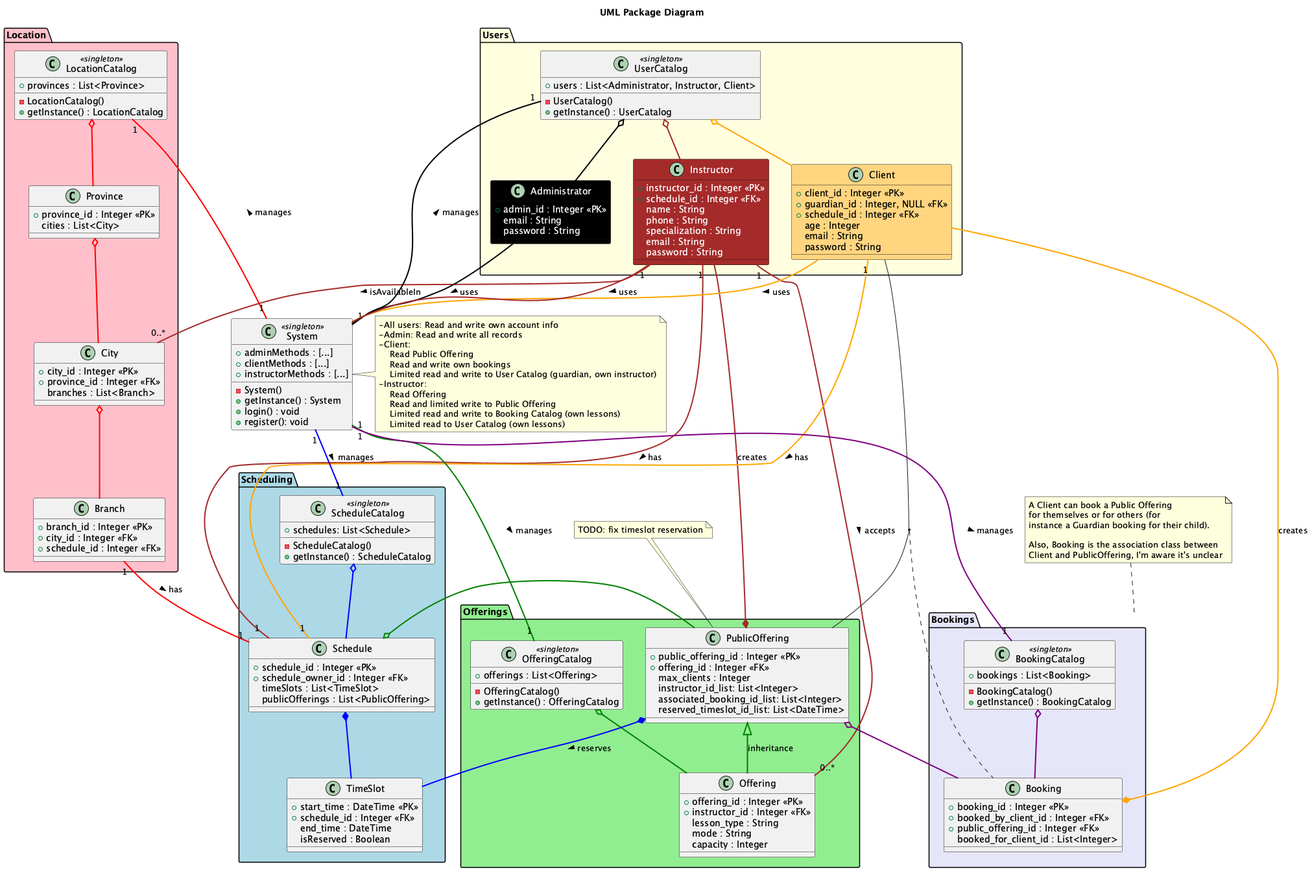
vibqetowi/soen-342-project keeps this PlantUML diagram as UML-Diagrams/Package-Diagram.png. Above is the earlier version.
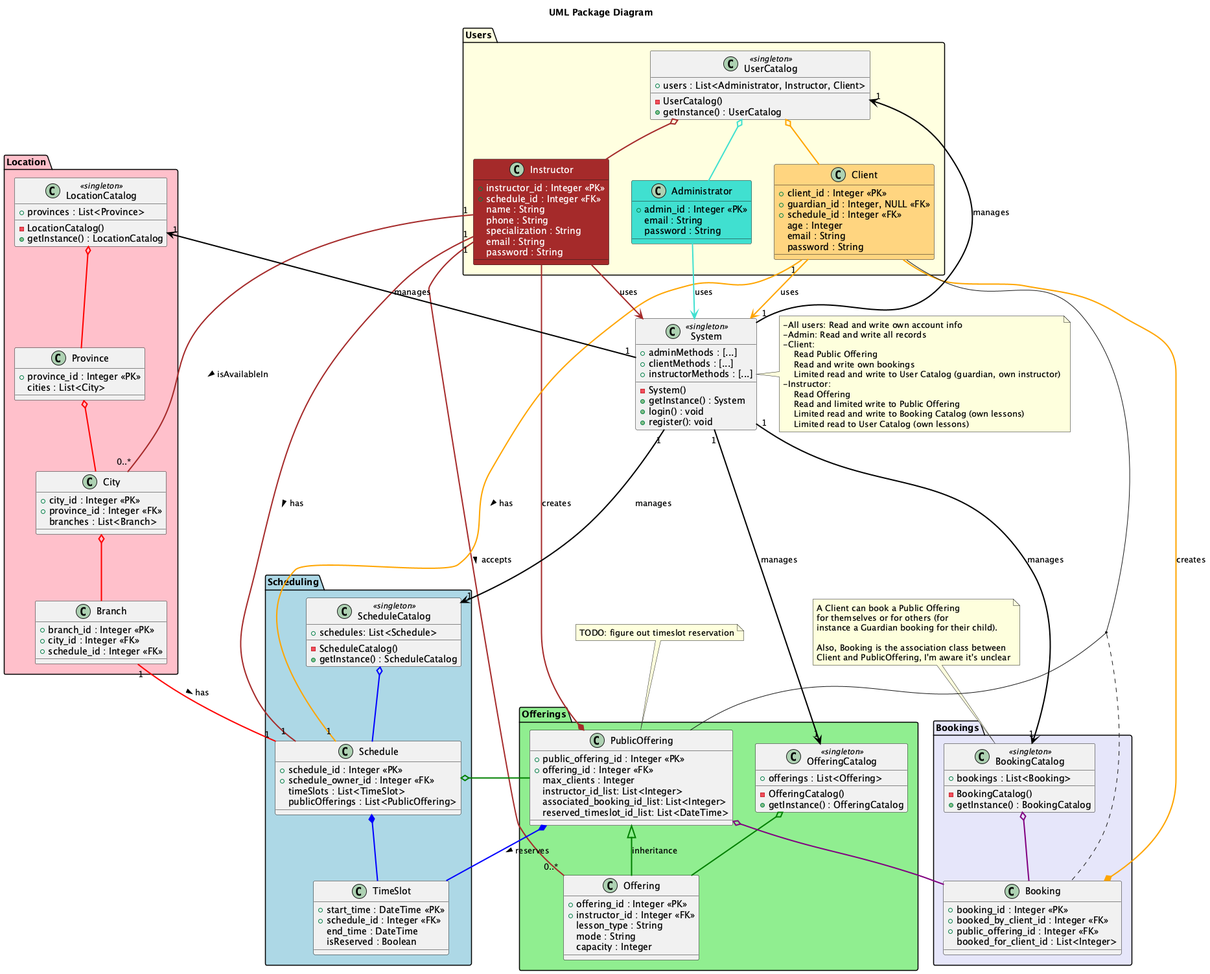
The same diagram one commit later.

Change to the diagram source:
```diff
@@ -102,7 +102,7 @@
         password : String
     }
 
-    class Administrator #black;text:white {
+    class Administrator #turquoise;text:black {
         +admin_id : Integer <<PK>>
         email : String
         password : String
@@ -114,7 +114,7 @@
         +users : List<Administrator, Instructor, Client>
     }
 
-    UserCatalog o--[#black,bold] Administrator
+    UserCatalog o--[#turquoise,bold] Administrator
     UserCatalog o--[#brown,bold] Instructor
     UserCatalog o--[#orange,bold] Client
 }
@@ -157,14 +157,14 @@
     +instructorMethods : [...]
 }
 
-System "1" --[#red,bold] "1" LocationCatalog : manages >
-System "1" --[#blue,bold] "1" ScheduleCatalog : manages >
-System "1" --[#black,bold] "1" UserCatalog : manages >
-System "1" --[#green,bold] "1" OfferingCatalog : manages >
-System "1" --[#purple,bold] "1" BookingCatalog : manages >
-Administrator -[#black,bold]- System : uses >
-Client -[#orange,bold]- System : uses >
-Instructor -[#brown,bold]- System : uses >
+System "1" -[#black,bold]-> "1" LocationCatalog : manages
+System "1" --[#black,bold]-> "1" ScheduleCatalog : manages
+System "1" --[#black,bold]-> "1" UserCatalog : manages
+System "1" --[#black,bold]-> "1" OfferingCatalog : manages
+System "1" --[#black,bold]-> "1" BookingCatalog : manages
+Administrator -[#turquoise,bold]-> System : uses
+Client -[#orange,bold]-> System : uses
+Instructor -[#brown,bold]-> System : uses
 
 (Client, PublicOffering) .. Booking
 
@@ -183,7 +183,7 @@
     Limited read to User Catalog (own lessons)
 end note
 
-note top of Bookings
+note top of BookingCatalog
 A Client can book a Public Offering
 for themselves or for others (for
 instance a Guardian booking for their child).
@@ -193,6 +193,6 @@
 end note
 
 note top of PublicOffering
-TODO: fix timeslot reservation
+TODO: figure out timeslot reservation
 end note
 @enduml
```
